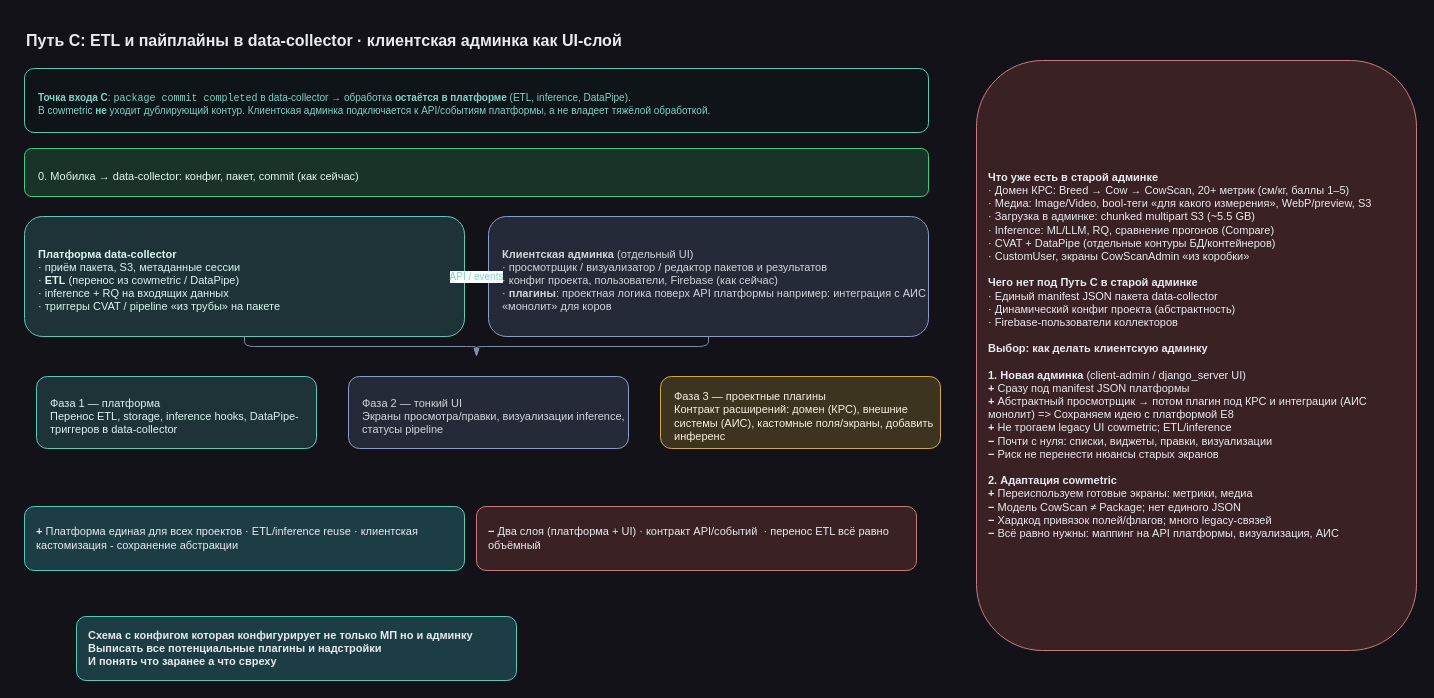
Above: page "Путь C — гибрид" (5 of 6) of specs/main-scheme/06-admin-cowmetric-vs-django.drawio in epoch8/data-collector (draw.io), before the change. Source tidied: cells renumbered, new cells numbered last; positions are measured from the earlier drawing's top-left corner, leaving out a move shared by most shapes. Both pictures are drawn from the tidied source at 100%, with x=0, y=0 at pixel (24, 24).
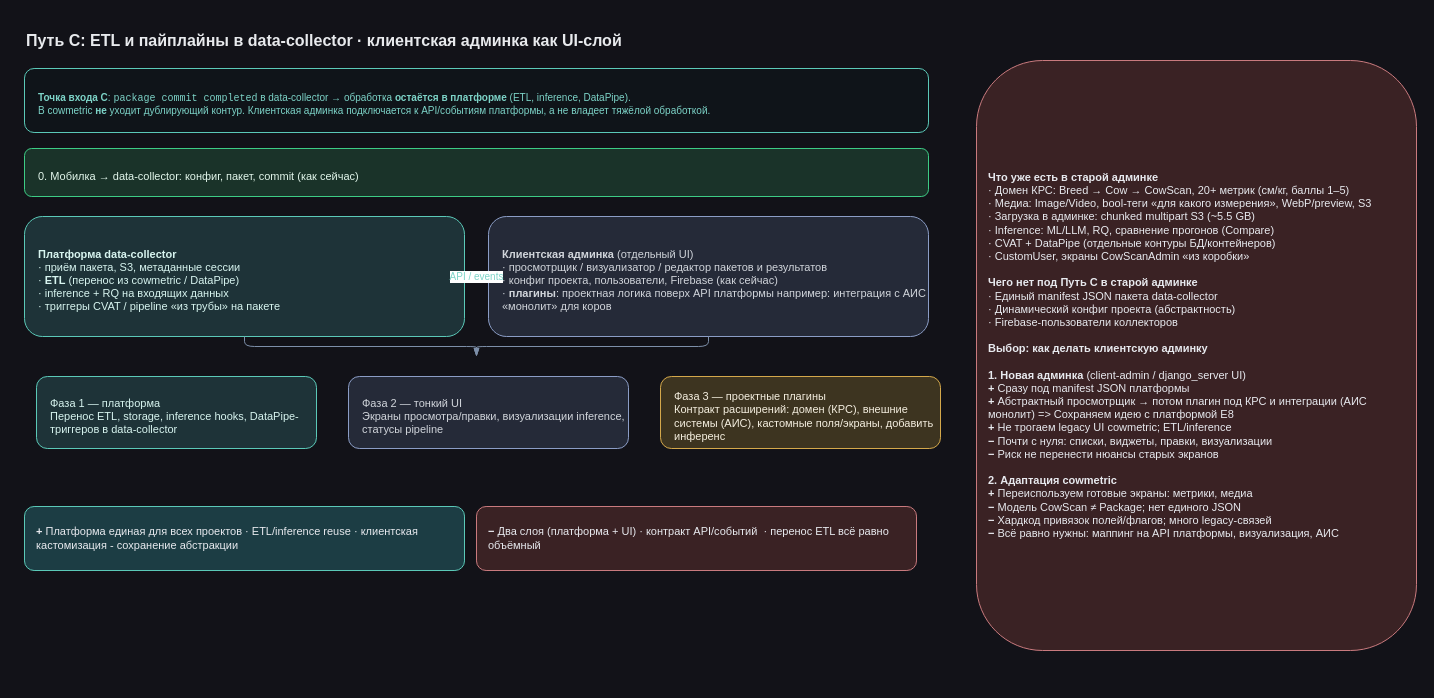
Above is the later version.

What changed in the source:
```diff
@@
-    <mxCell id="20" value="&lt;b&gt;Схема с конфигом которая конфигурирует не только МП но и админку&lt;br&gt;Выписать все потенциальные плагины и надстройки&amp;nbsp;&lt;br&gt;И понять что заранее а что свреху&lt;br&gt;&lt;/b&gt;" style="rounded=1;whiteSpace=wrap;html=1;align=left;spacingLeft=10;fillColor=#1c3d44;strokeColor=#5BC9B8;fontColor=#e8eaef;fontSize=11;" parent="1" vertex="1">
-      <mxGeometry x="52" y="592" width="440" height="64" as="geometry" />
-    </mxCell>
```
